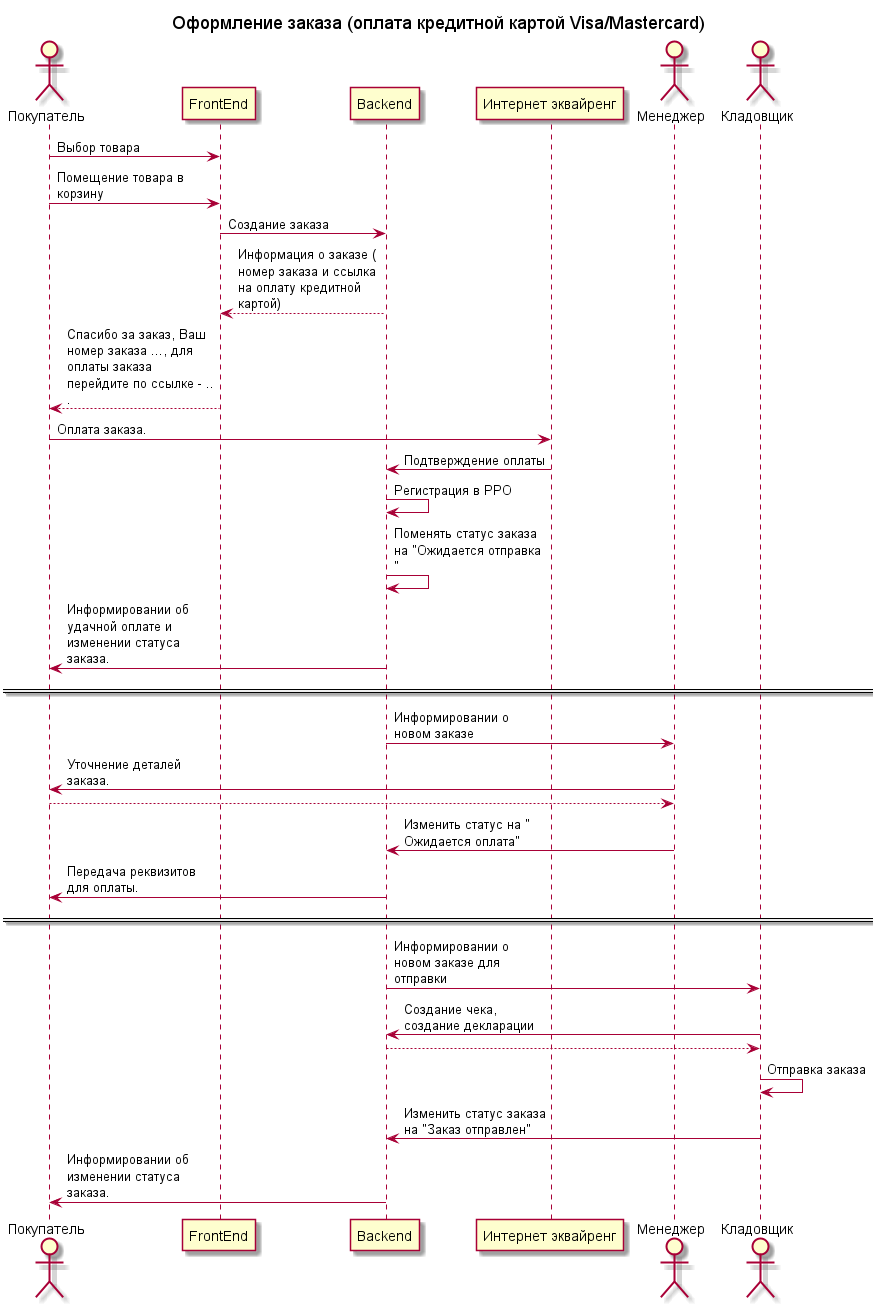
Before: documentation/img/create_order_3.png, a diagram exported from PlantUML (VadimShtukan/per.ua.ms). The source it was exported from:
```plantuml
@startuml
title Оформление заказа (оплата кредитной картой Visa/Mastercard)
skinparam maxmessagesize 150

actor Покупатель as User
participant "FrontEnd" as FrontEnd
participant "Backend" as Backend
participant "Интернет эквайренг" as PayService
actor Менеджер as Manager
actor Кладовщик as StockMan

User -> FrontEnd: Выбор товара
User -> FrontEnd: Помещение товара в корзину
FrontEnd -> Backend: Создание заказа
Backend --> FrontEnd: Информация о заказе (номер заказа и ссылка на оплату кредитной картой)
FrontEnd --> User: Спасибо за заказ, Ваш номер заказа ..., для оплаты заказа перейдите по ссылке - ...
User -> PayService: Оплата заказа.
PayService -> Backend: Подтверждение оплаты
Backend -> Backend: Регистрация в РРО
Backend -> Backend: Поменять статус заказа на "Ожидается отправка"
Backend -> User: Информировании об удачной оплате и изменении статуса заказа.

==  ==
Backend -> Manager: Информировании о новом заказе
Manager -> User: Уточнение деталей заказа.
User --> Manager:
Manager -> Backend: Изменить статус на "Ожидается оплата"
Backend -> User: Передача реквизитов для оплаты.

==  ==
Backend -> StockMan: Информировании о новом заказе для отправки
StockMan -> Backend: Создание чека, создание декларации
Backend --> StockMan:
StockMan -> StockMan: Отправка заказа
StockMan -> Backend: Изменить статус заказа на "Заказ отправлен"
Backend -> User: Информировании об изменении статуса заказа.


@enduml
```
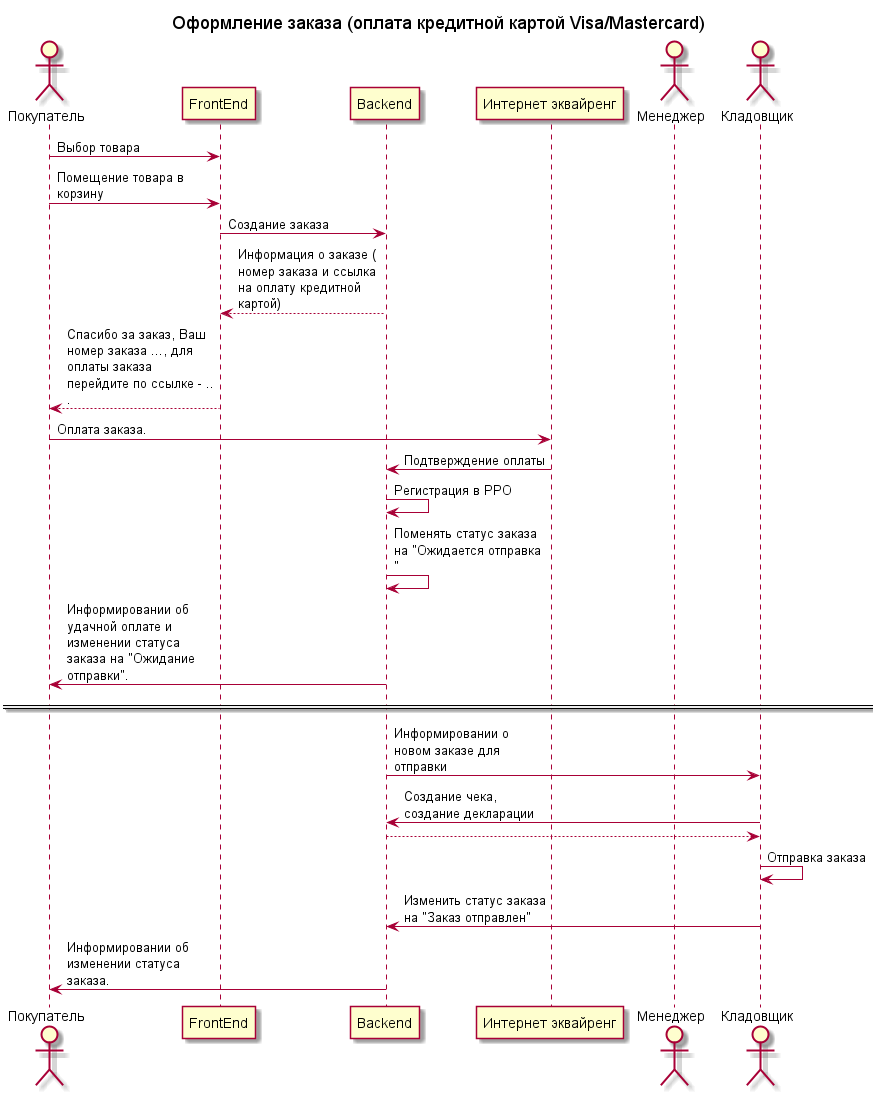
The same file after the commit.

The edit, as a diff of the source:
```diff
@@ -18,14 +18,7 @@
 PayService -> Backend: Подтверждение оплаты
 Backend -> Backend: Регистрация в РРО
 Backend -> Backend: Поменять статус заказа на "Ожидается отправка"
-Backend -> User: Информировании об удачной оплате и изменении статуса заказа.
-
-==  ==
-Backend -> Manager: Информировании о новом заказе
-Manager -> User: Уточнение деталей заказа.
-User --> Manager:
-Manager -> Backend: Изменить статус на "Ожидается оплата"
-Backend -> User: Передача реквизитов для оплаты.
+Backend -> User: Информировании об удачной оплате и изменении статуса заказа на "Ожидание отправки".
 
 ==  ==
 Backend -> StockMan: Информировании о новом заказе для отправки
```
